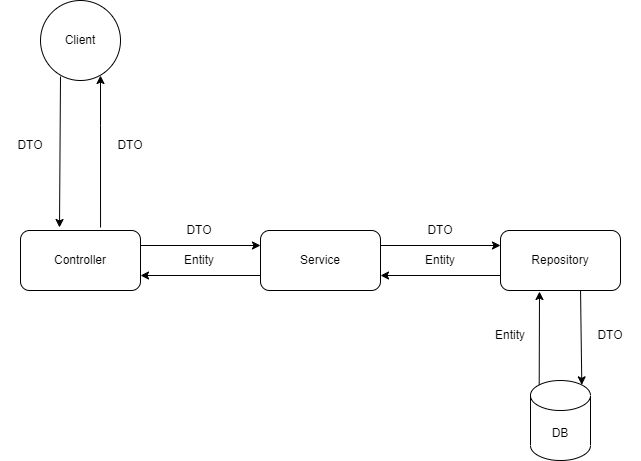
This is screenshot/structure.png from dlwldyd/shop, a draw.io export, as it was before one commit. Source tidied: cells renumbered, new cells last; positions are measured from the earlier drawing's top-left corner, leaving out a move shared by most shapes.
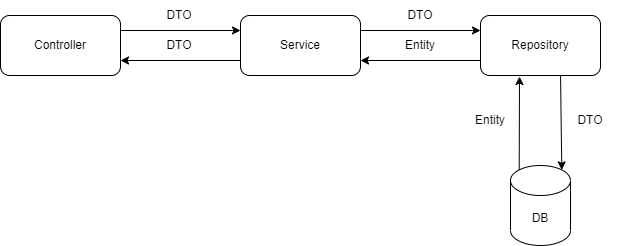
After the commit.

Change to the diagram source:
```diff
@@ -29,7 +29,7 @@
     <mxCell id="10" style="endArrow=classic;html=1;rounded=0;entryX=1;entryY=0.75;entryDx=0;entryDy=0;exitX=0;exitY=0.75;exitDx=0;exitDy=0;" parent="1" edge="1" source="3" target="2">
       <mxGeometry relative="1" as="geometry" />
     </mxCell>
-    <mxCell id="11" value="Entity" style="text;html=1;strokeColor=none;fillColor=none;align=center;verticalAlign=middle;whiteSpace=wrap;rounded=0;" parent="1" vertex="1">
+    <mxCell id="11" value="DTO" style="text;html=1;strokeColor=none;fillColor=none;align=center;verticalAlign=middle;whiteSpace=wrap;rounded=0;" parent="1" vertex="1">
       <mxGeometry x="169" y="245" width="60" height="30" as="geometry" />
     </mxCell>
     <mxCell id="12" style="endArrow=classic;html=1;rounded=0;entryX=1;entryY=0.75;entryDx=0;entryDy=0;exitX=0;exitY=0.75;exitDx=0;exitDy=0;" parent="1" edge="1">
@@ -56,27 +56,5 @@
     <mxCell id="17" value="DTO" style="text;html=1;strokeColor=none;fillColor=none;align=center;verticalAlign=middle;whiteSpace=wrap;rounded=0;" parent="1" vertex="1">
       <mxGeometry x="580" y="320" width="60" height="30" as="geometry" />
     </mxCell>
-    <mxCell id="18" value="Client" style="ellipse;whiteSpace=wrap;html=1;" parent="1" vertex="1">
-      <mxGeometry x="40" width="80" height="80" as="geometry" />
-    </mxCell>
-    <mxCell id="19" style="endArrow=classic;html=1;rounded=0;exitX=0.667;exitY=-0.05;exitDx=0;exitDy=0;exitPerimeter=0;" parent="1" edge="1" source="2">
-      <mxGeometry relative="1" as="geometry">
-        <mxPoint x="100" y="75" as="targetPoint" />
-        <Array as="points">
-          <mxPoint x="100" y="125" />
-        </Array>
-      </mxGeometry>
-    </mxCell>
-    <mxCell id="20" style="endArrow=classic;html=1;rounded=0;entryX=0.325;entryY=-0.05;entryDx=0;entryDy=0;entryPerimeter=0;" parent="1" edge="1" target="2">
-      <mxGeometry relative="1" as="geometry">
-        <mxPoint x="60" y="76" as="sourcePoint" />
-      </mxGeometry>
-    </mxCell>
-    <mxCell id="21" value="DTO" style="text;html=1;strokeColor=none;fillColor=none;align=center;verticalAlign=middle;whiteSpace=wrap;rounded=0;" parent="1" vertex="1">
-      <mxGeometry x="100" y="130" width="60" height="30" as="geometry" />
-    </mxCell>
-    <mxCell id="22" value="DTO" style="text;html=1;strokeColor=none;fillColor=none;align=center;verticalAlign=middle;whiteSpace=wrap;rounded=0;" parent="1" vertex="1">
-      <mxGeometry y="130" width="60" height="30" as="geometry" />
-    </mxCell>
   </root>
 </mxGraphModel>
```
